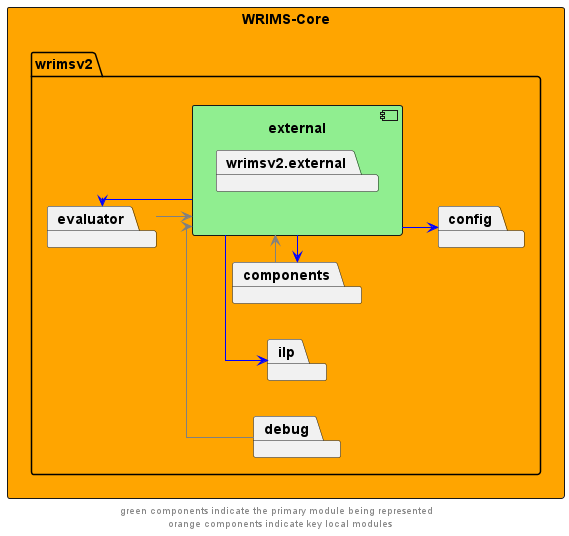
Above: docs/diagrams/wrims-core/wrims-core_external.png in CentralValleyModeling/wrims (PlantUML), before the change.
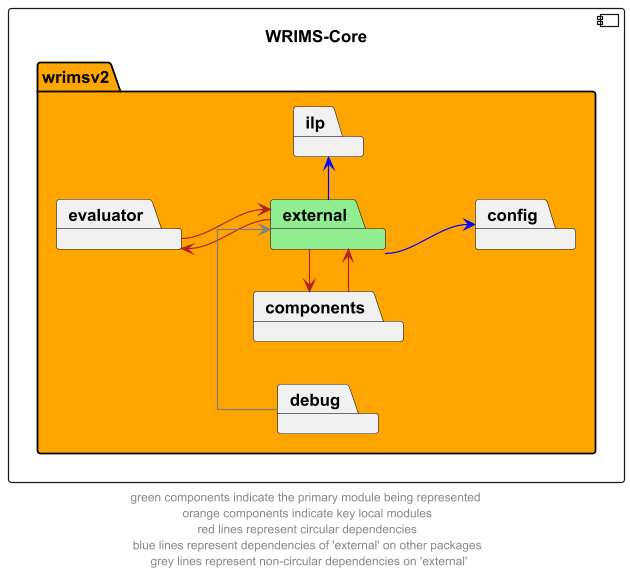
The same diagram one commit later.

What changed in the source:
```diff
@@ -2,11 +2,9 @@
 left to right direction
 skinparam linetype ortho
 
-rectangle wrims_core as "WRIMS-Core" #orange {
-    package wrimsv2 {
-        component external #lightgreen {
-            package wrimsv2.external
-        }
+component wrims_core as "WRIMS-Core" {
+    package wrimsv2  #orange{
+        package external #lightgreen
         package components
         package config
         package debug
@@ -15,11 +13,11 @@
     }
 }
 
-components -r-> external #grey
-external -l-> components #blue
+components -r-> external #firebrick
+external -l-> components #firebrick
 
-evaluator -r-> external #grey
-external -l-> evaluator #blue
+evaluator -r-> external #firebrick
+external -l-> evaluator #firebrick
 
 external -r-> ilp #blue
 external --> config #blue
@@ -28,5 +26,5 @@
 
 components -u[hidden]-> evaluator
 
-footer "green components indicate the primary module being represented \n orange components indicate key local modules"
+footer "green components indicate the primary module being represented \n orange components indicate key local modules \n red lines represent circular dependencies \n blue lines represent dependencies of 'external' on other packages \n grey lines represent non-circular dependencies on 'external'"
 @enduml
```
